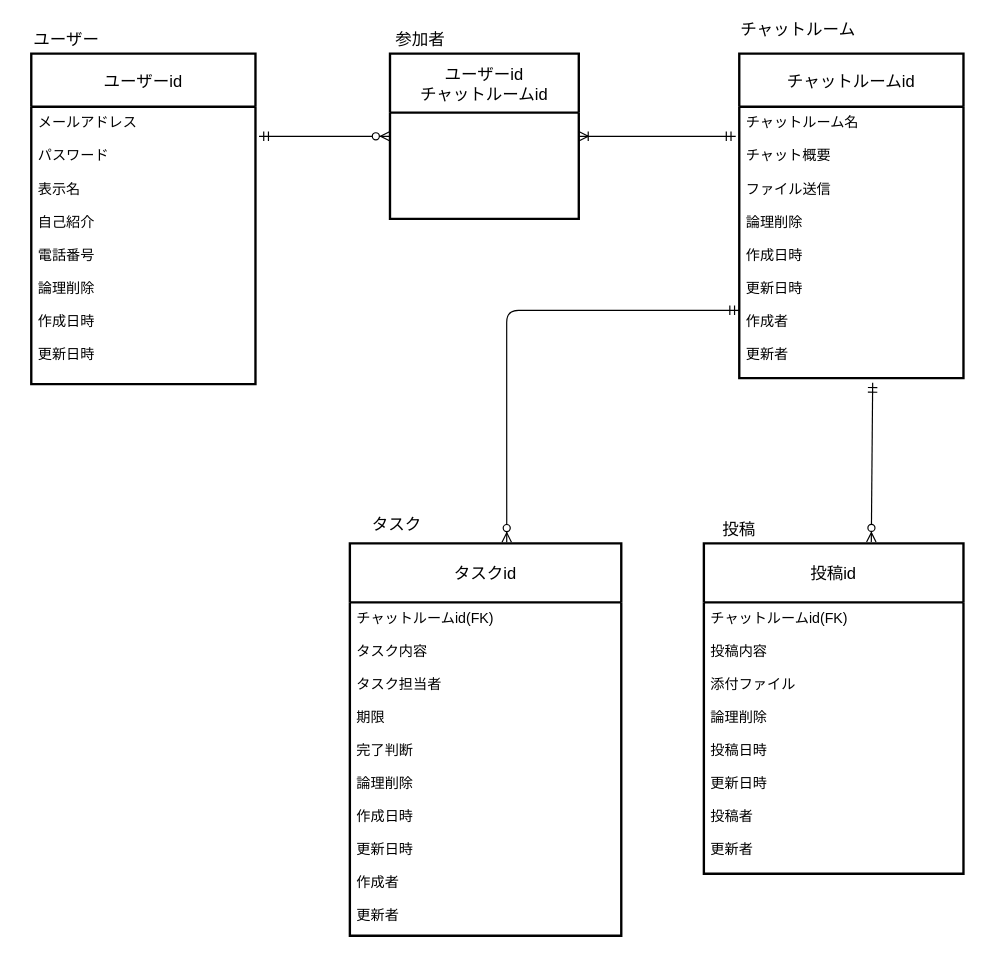
The draw.io diagram db/db-challenge1/db-challenge1.drawio in MunehiroMachida/quelcode-db, before the edit. Source tidied: cells renumbered, new cells numbered last; positions are measured from the earlier drawing's top-left corner, leaving out a move shared by most shapes. Both pictures are drawn from the tidied source at 118%, with x=0, y=0 at pixel (19, 22).
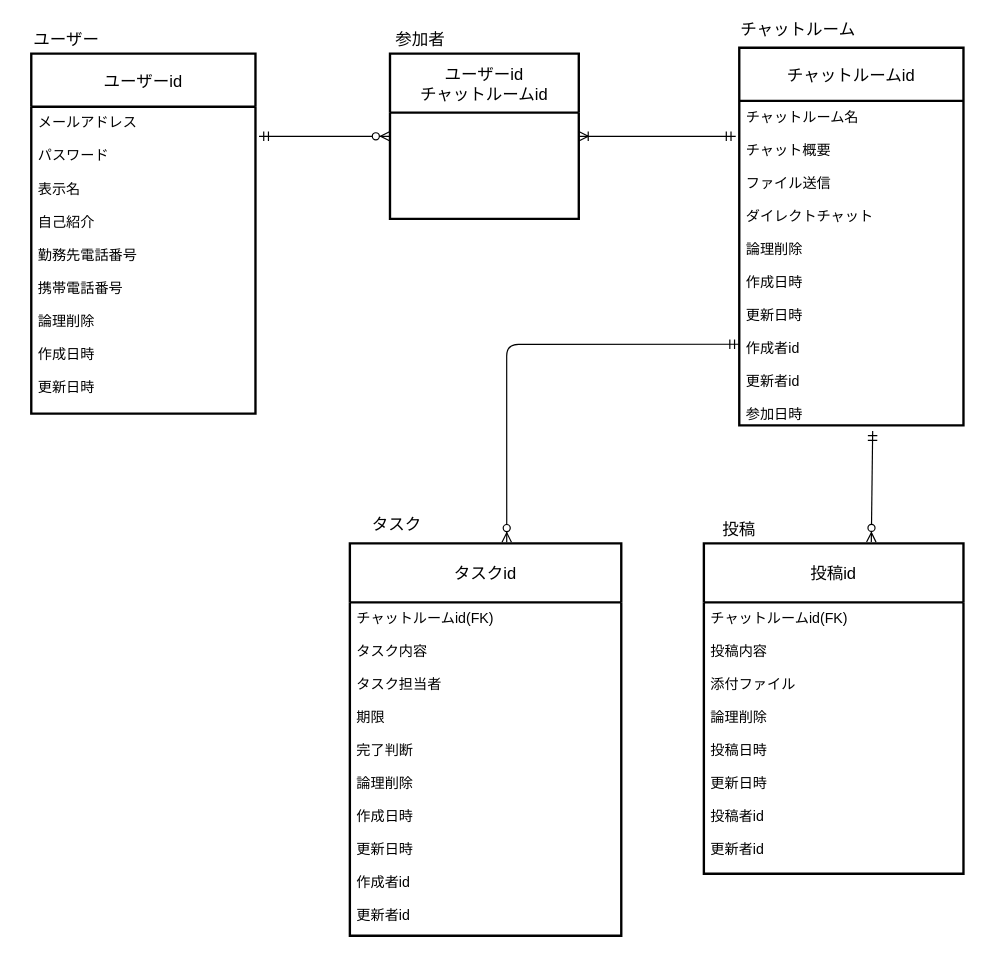
The same page after the edit.

Commit message:
6/30レビュー前_要件追加

Unchanged cells that the change refers to:
```xml
<mxCell id="14" value="タスクid" style="swimlane;horizontal=1;startSize=50;rounded=1;fontSize=14;fontStyle=0;strokeWidth=2;shadow=0;dashed=0;align=center;arcSize=0;" parent="1" vertex="1">
  <mxGeometry x="280" y="441" width="230" height="332.5" as="geometry" />
</mxCell>
<mxCell id="16" value="投稿id" style="swimlane;horizontal=1;startSize=50;rounded=1;fontSize=14;fontStyle=0;strokeWidth=2;shadow=0;dashed=0;align=center;arcSize=0;" parent="1" vertex="1">
  <mxGeometry x="580" y="441" width="220" height="280" as="geometry" />
</mxCell>
```

What changed in the source:
```diff
@@
-    <mxCell id="9" value="チャットルームid" style="swimlane;horizontal=1;startSize=45;rounded=1;fontSize=14;fontStyle=0;strokeWidth=2;shadow=0;dashed=0;align=center;arcSize=0;" parent="1" vertex="1">
-      <mxGeometry x="610" y="26" width="190" height="275" as="geometry" />
-    </mxCell>
-    <mxCell id="10" value="チャットルーム名&#10;&#10;チャット概要&#10;&#10;ファイル送信&#10;&#10;論理削除&#10;&#10;作成日時&#10;&#10;更新日時&#10;&#10;作成者&#10;&#10;更新者" style="align=left;strokeColor=none;fillColor=none;spacingLeft=4;fontSize=12;verticalAlign=top;" parent="9" vertex="1">
-      <mxGeometry y="45" width="190" height="230" as="geometry" />
-    </mxCell>
@@
     <mxCell id="12" value="ユーザーid" style="swimlane;horizontal=1;startSize=45;rounded=1;fontSize=14;fontStyle=0;strokeWidth=2;shadow=0;dashed=0;align=center;arcSize=0;" parent="1" vertex="1">
-      <mxGeometry x="10" y="26" width="190" height="280" as="geometry" />
+      <mxGeometry x="10" y="26" width="190" height="305" as="geometry" />
     </mxCell>
-    <mxCell id="13" value="メールアドレス&#10;&#10;パスワード&#10;&#10;表示名&#10;&#10;自己紹介&#10;&#10;電話番号&#10;&#10;論理削除&#10;&#10;作成日時&#10;&#10;更新日時&#10;" style="align=left;strokeColor=none;fillColor=none;spacingLeft=4;fontSize=12;verticalAlign=top;" parent="12" vertex="1">
-      <mxGeometry y="45" width="190" height="235" as="geometry" />
+    <mxCell id="13" value="メールアドレス&#10;&#10;パスワード&#10;&#10;表示名&#10;&#10;自己紹介&#10;&#10;勤務先電話番号&#10;&#10;携帯電話番号&#10;&#10;論理削除&#10;&#10;作成日時&#10;&#10;更新日時&#10;" style="align=left;strokeColor=none;fillColor=none;spacingLeft=4;fontSize=12;verticalAlign=top;" parent="12" vertex="1">
+      <mxGeometry y="45" width="190" height="260" as="geometry" />
     </mxCell>
@@
-    <mxCell id="15" value="チャットルームid(FK)&#10;&#10;タスク内容&#10;&#10;タスク担当者&#10;&#10;期限&#10;&#10;完了判断&#10;&#10;論理削除&#10;&#10;作成日時&#10;&#10;更新日時&#10;&#10;作成者&#10;&#10;更新者" style="align=left;strokeColor=none;fillColor=none;spacingLeft=4;fontSize=12;verticalAlign=top;" parent="14" vertex="1">
+    <mxCell id="15" value="チャットルームid(FK)&#10;&#10;タスク内容&#10;&#10;タスク担当者&#10;&#10;期限&#10;&#10;完了判断&#10;&#10;論理削除&#10;&#10;作成日時&#10;&#10;更新日時&#10;&#10;作成者id&#10;&#10;更新者id" style="align=left;strokeColor=none;fillColor=none;spacingLeft=4;fontSize=12;verticalAlign=top;" parent="14" vertex="1">
       <mxGeometry y="50" width="230" height="282.5" as="geometry" />
     </mxCell>
@@
-    <mxCell id="17" value="チャットルームid(FK)&#10;&#10;投稿内容&#10;&#10;添付ファイル&#10;&#10;論理削除&#10;&#10;投稿日時&#10;&#10;更新日時&#10;&#10;投稿者&#10;&#10;更新者" style="align=left;strokeColor=none;fillColor=none;spacingLeft=4;fontSize=12;verticalAlign=top;" parent="16" vertex="1">
+    <mxCell id="17" value="チャットルームid(FK)&#10;&#10;投稿内容&#10;&#10;添付ファイル&#10;&#10;論理削除&#10;&#10;投稿日時&#10;&#10;更新日時&#10;&#10;投稿者id&#10;&#10;更新者id" style="align=left;strokeColor=none;fillColor=none;spacingLeft=4;fontSize=12;verticalAlign=top;" parent="16" vertex="1">
       <mxGeometry y="50" width="220" height="230" as="geometry" />
     </mxCell>
@@
+    <mxCell id="9" value="チャットルームid" style="swimlane;horizontal=1;startSize=45;rounded=1;fontSize=14;fontStyle=0;strokeWidth=2;shadow=0;dashed=0;align=center;arcSize=0;" parent="1" vertex="1">
+      <mxGeometry x="610" y="21" width="190" height="320" as="geometry" />
+    </mxCell>
+    <mxCell id="10" value="チャットルーム名&#10;&#10;チャット概要&#10;&#10;ファイル送信&#10;&#10;ダイレクトチャット&#10;&#10;論理削除&#10;&#10;作成日時&#10;&#10;更新日時&#10;&#10;作成者id&#10;&#10;更新者id&#10;&#10;参加日時" style="align=left;strokeColor=none;fillColor=none;spacingLeft=4;fontSize=12;verticalAlign=top;" parent="9" vertex="1">
+      <mxGeometry y="45" width="190" height="275" as="geometry" />
+    </mxCell>
```
